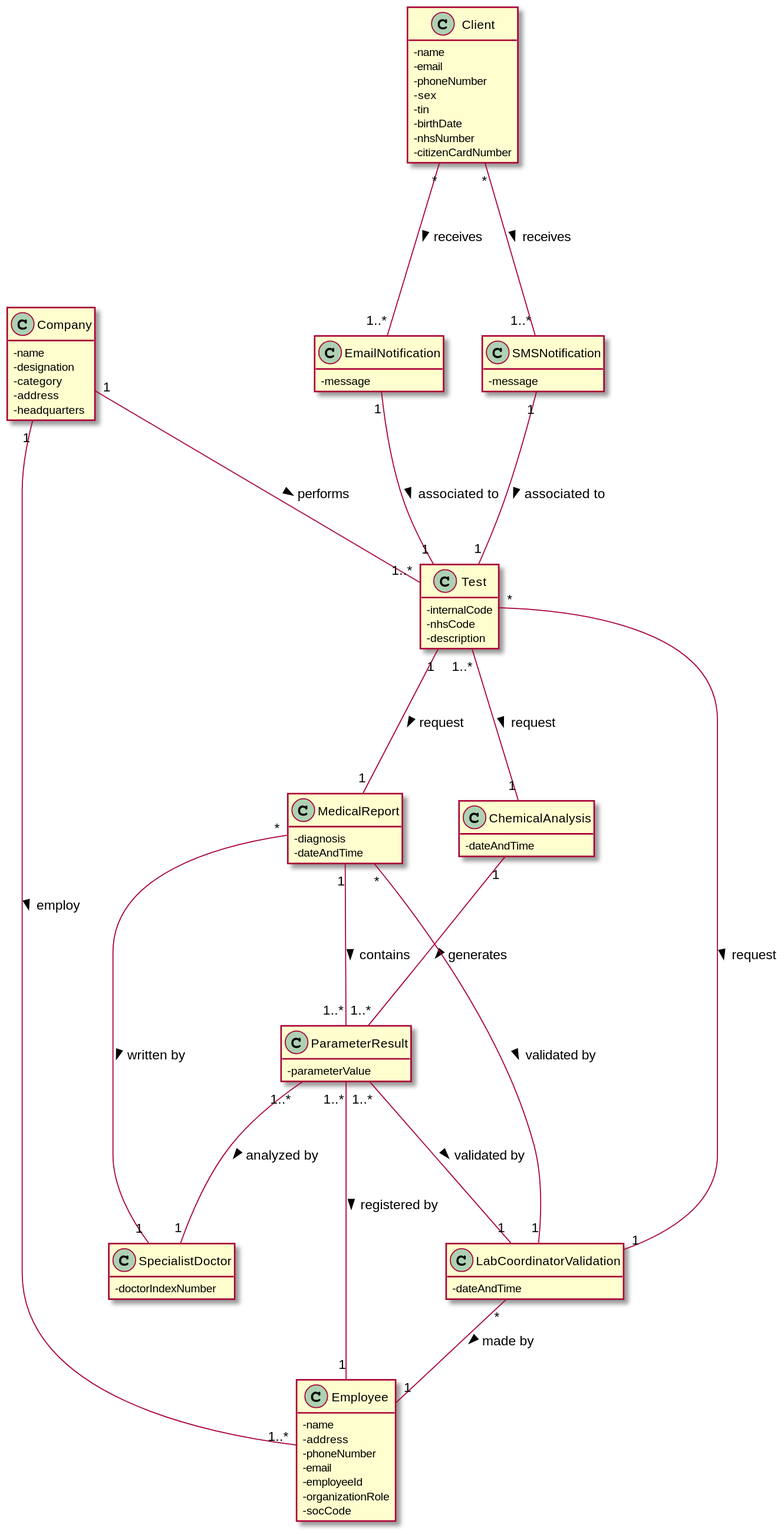
Earlier version of the PlantUML export docs/SprintD/SprintC/US15/US15_DM.svg (manu-07-ela/LAPR2_ISEP).
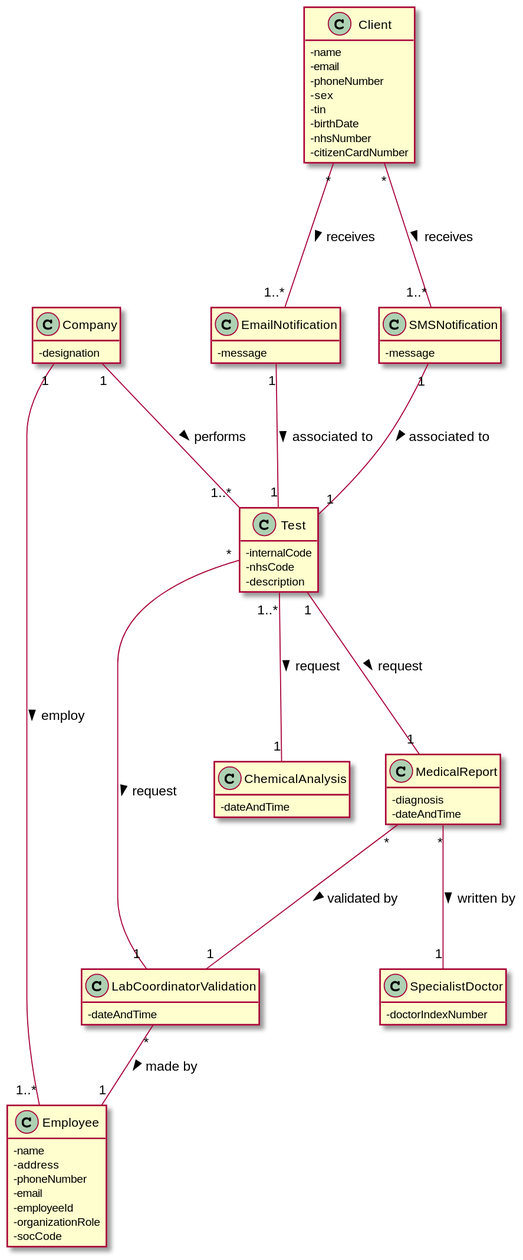
Above is the later version.

Diff of the diagram source:
```diff
@@ -8,18 +8,13 @@
 class ChemicalAnalysis
 class SpecialistDoctor
 class MedicalReport
-class ParameterResult
 class Test
 class EmailNotification
 class SMSNotification
 
 
 class Company{
--name
 -designation
--category
--address
--headquarters
 }
 
 class LabCoordinatorValidation {
@@ -60,11 +55,6 @@
 -dateAndTime
 }
 
-class ParameterResult{
--parameterValue
-}
-
-
 class Test{
 -internalCode
 -nhsCode
@@ -80,8 +70,6 @@
 }
 
 
-ChemicalAnalysis "1"---"1..*" ParameterResult: generates >
-
 Company "1"---"1..*" Employee : employ >
 Company "1"---"1..*" Test : performs >
 
@@ -91,17 +79,12 @@
 LabCoordinatorValidation "*"--"1" Employee : made by >
 
 MedicalReport "*"---"1" LabCoordinatorValidation : validated by >
-MedicalReport "1"---"1..*" ParameterResult : contains >
 MedicalReport "*"---"1" SpecialistDoctor : written by >
 
 Test "1..*" ---"1" ChemicalAnalysis : request >
 Test "*" --- "1" LabCoordinatorValidation : request >
 Test "1" ---"1" MedicalReport : request >
 
-ParameterResult "1..*"---"1" Employee: registered by >
-ParameterResult "1..*"---"1" LabCoordinatorValidation : validated by >
-ParameterResult "1..*"---"1" SpecialistDoctor : analyzed by >
-
 EmailNotification "1"---"1" Test : associated to >
 
 SMSNotification "1"---"1" Test : associated to >
```
